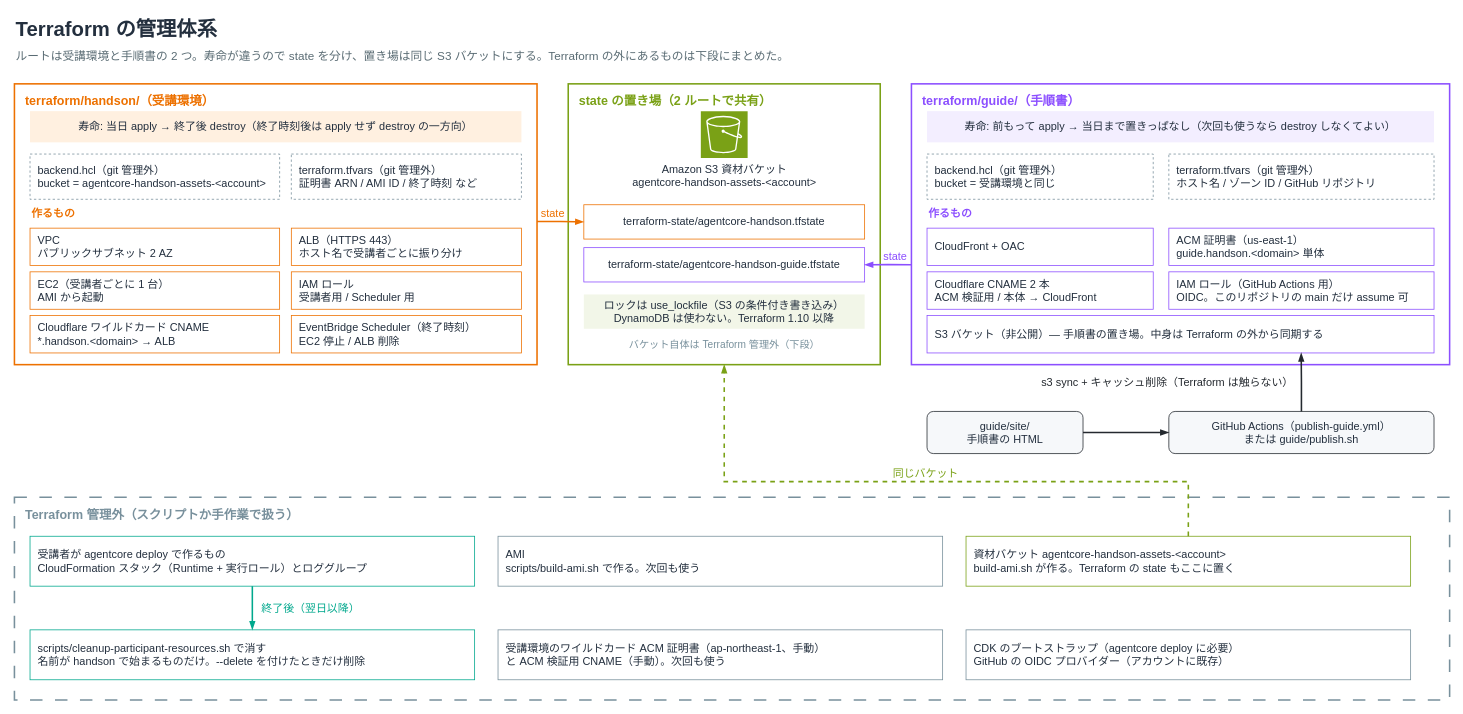
This is docs/images/terraform-layout.drawio from umitsu-tech/agentcore-handson-env, a draw.io file, before an edit. Source tidied: cells renumbered, new cells numbered last; positions are measured from the earlier drawing's top-left corner, leaving out a move shared by most shapes. Both pictures are drawn from the tidied source at 78%, with x=0, y=0 at pixel (14, 13).
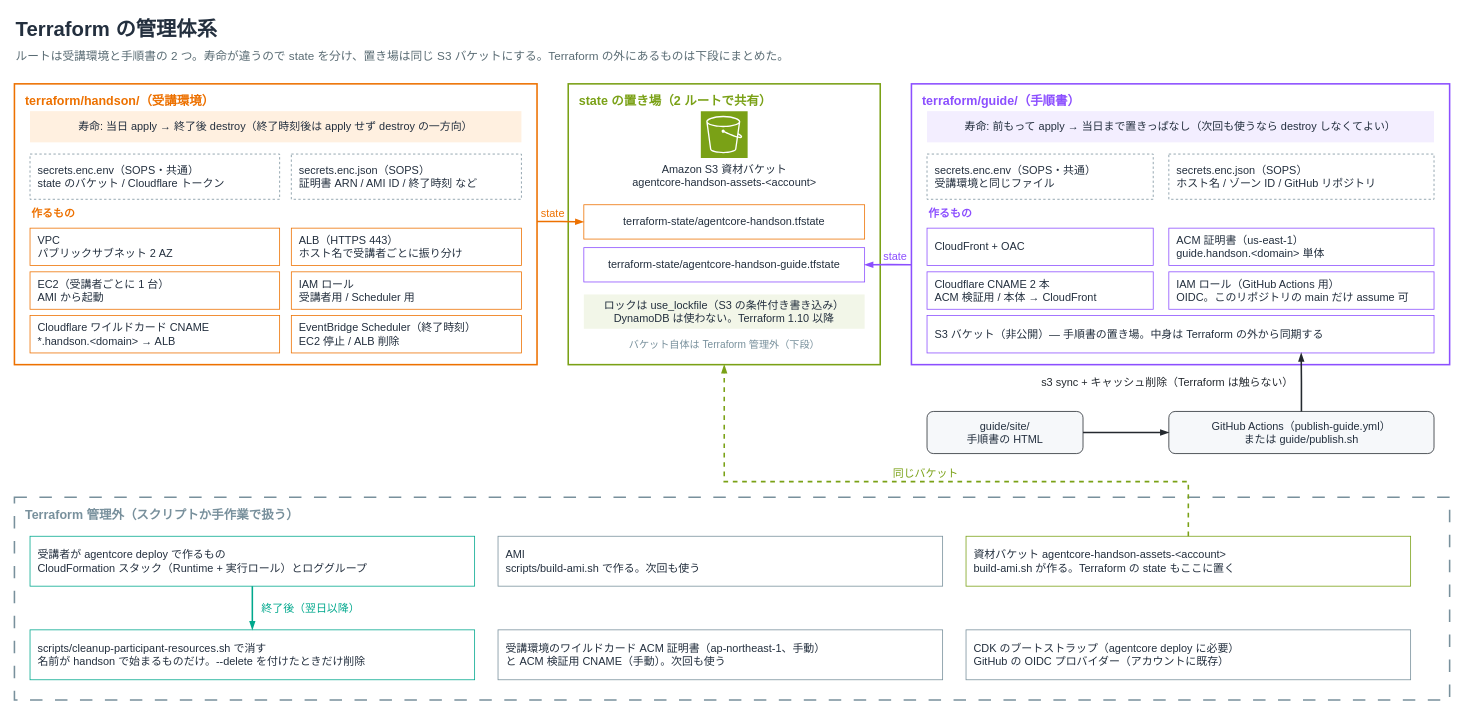
The same page after the edit.

Commit message (it also covers changes not shown here):
構成図の設定ファイルのラベルを SOPS の暗号化ファイルに直す (#79)

Change to the diagram source:
```diff
@@
-    <mxCell id="6" value="backend.hcl（git 管理外）&lt;br&gt;bucket = agentcore-handson-assets-&amp;lt;account&amp;gt;" style="rounded=0;whiteSpace=wrap;html=1;dashed=1;strokeColor=#78909C;fillColor=#FFFFFF;align=left;verticalAlign=middle;spacingLeft=8;fontSize=14;fontColor=#232F3E;" parent="1" vertex="1">
+    <mxCell id="6" value="secrets.enc.env（SOPS・共通）&lt;br&gt;state のバケット / Cloudflare トークン" style="rounded=0;whiteSpace=wrap;html=1;dashed=1;strokeColor=#78909C;fillColor=#FFFFFF;align=left;verticalAlign=middle;spacingLeft=8;fontSize=14;fontColor=#232F3E;" parent="1" vertex="1">
       <mxGeometry x="20" y="180" width="320" height="58" as="geometry" />
     </mxCell>
-    <mxCell id="7" value="terraform.tfvars（git 管理外）&lt;br&gt;証明書 ARN / AMI ID / 終了時刻 など" style="rounded=0;whiteSpace=wrap;html=1;dashed=1;strokeColor=#78909C;fillColor=#FFFFFF;align=left;verticalAlign=middle;spacingLeft=8;fontSize=14;fontColor=#232F3E;" parent="1" vertex="1">
+    <mxCell id="7" value="secrets.enc.json（SOPS）&lt;br&gt;証明書 ARN / AMI ID / 終了時刻 など" style="rounded=0;whiteSpace=wrap;html=1;dashed=1;strokeColor=#78909C;fillColor=#FFFFFF;align=left;verticalAlign=middle;spacingLeft=8;fontSize=14;fontColor=#232F3E;" parent="1" vertex="1">
       <mxGeometry x="355" y="180" width="295" height="58" as="geometry" />
     </mxCell>
@@
-    <mxCell id="23" value="backend.hcl（git 管理外）&lt;br&gt;bucket = 受講環境と同じ" style="rounded=0;whiteSpace=wrap;html=1;dashed=1;strokeColor=#78909C;fillColor=#FFFFFF;align=left;verticalAlign=middle;spacingLeft=8;fontSize=14;fontColor=#232F3E;" parent="1" vertex="1">
+    <mxCell id="23" value="secrets.enc.env（SOPS・共通）&lt;br&gt;受講環境と同じファイル" style="rounded=0;whiteSpace=wrap;html=1;dashed=1;strokeColor=#78909C;fillColor=#FFFFFF;align=left;verticalAlign=middle;spacingLeft=8;fontSize=14;fontColor=#232F3E;" parent="1" vertex="1">
       <mxGeometry x="1170" y="180" width="290" height="58" as="geometry" />
     </mxCell>
-    <mxCell id="24" value="terraform.tfvars（git 管理外）&lt;br&gt;ホスト名 / ゾーン ID / GitHub リポジトリ" style="rounded=0;whiteSpace=wrap;html=1;dashed=1;strokeColor=#78909C;fillColor=#FFFFFF;align=left;verticalAlign=middle;spacingLeft=8;fontSize=14;fontColor=#232F3E;" parent="1" vertex="1">
+    <mxCell id="24" value="secrets.enc.json（SOPS）&lt;br&gt;ホスト名 / ゾーン ID / GitHub リポジトリ" style="rounded=0;whiteSpace=wrap;html=1;dashed=1;strokeColor=#78909C;fillColor=#FFFFFF;align=left;verticalAlign=middle;spacingLeft=8;fontSize=14;fontColor=#232F3E;" parent="1" vertex="1">
       <mxGeometry x="1480" y="180" width="340" height="58" as="geometry" />
     </mxCell>
```
